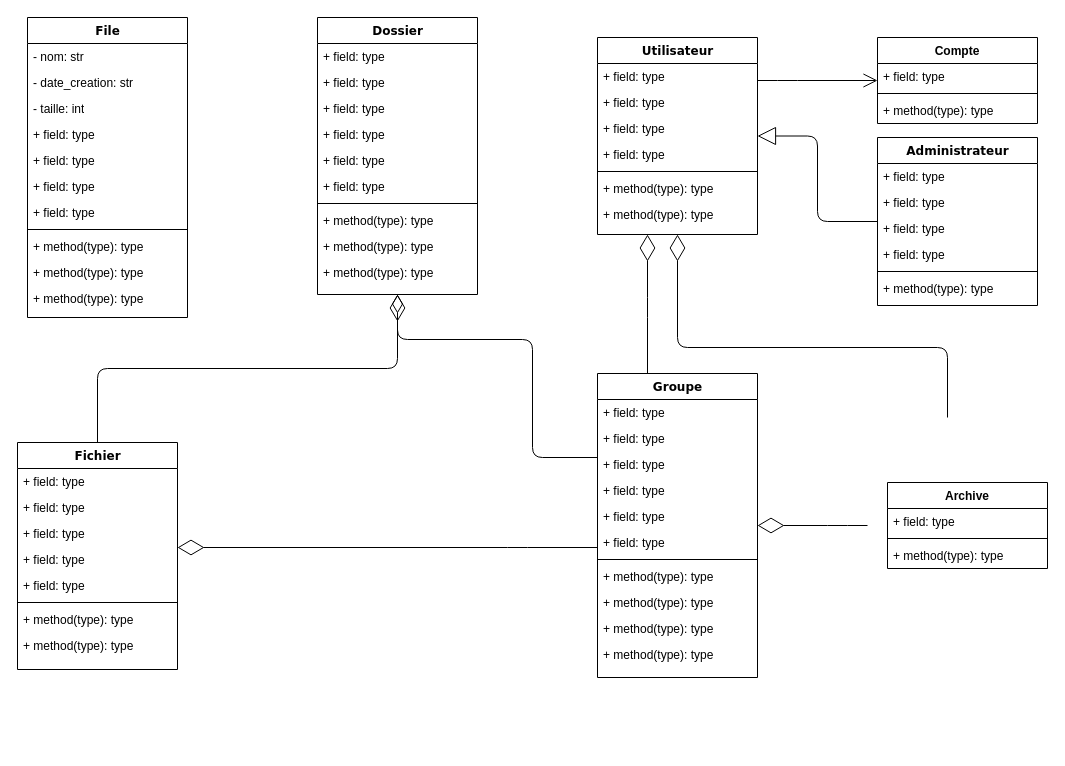
Above: diagrams/Class.drawio in AbdourahamaneIssakaSani/ged (draw.io), before the change. Source tidied: cells renumbered, new cells numbered last; positions are measured from the earlier drawing's top-left corner, leaving out a move shared by most shapes. Both pictures are drawn from the tidied source at 100%, with x=0, y=0 at pixel (17, 17).
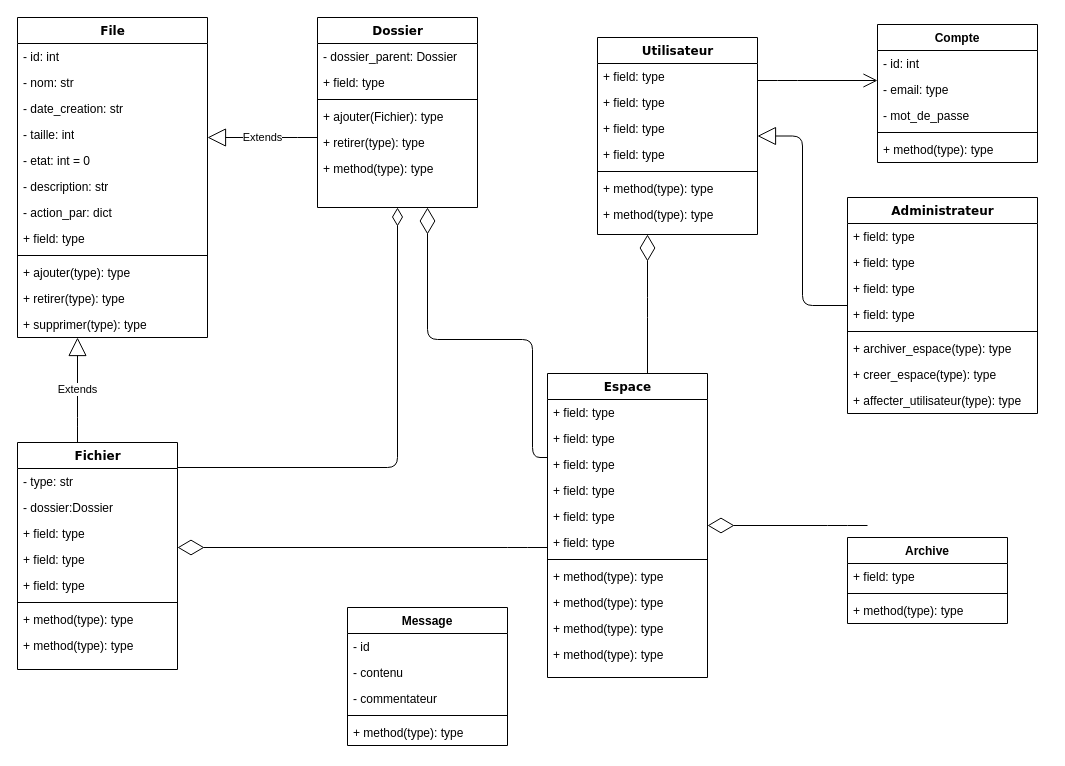
The same diagram, later.

The change refers to these unchanged cells:
```xml
<mxCell id="3" value="Fichier" style="swimlane;html=1;fontStyle=1;align=center;verticalAlign=top;horizontal=1;startSize=26;swimlaneFillColor=#ffffff;rounded=0;shadow=0;comic=0;labelBackgroundColor=none;strokeWidth=1;fillColor=none;fontFamily=Verdana;fontSize=12;" parent="1" vertex="1">
  <mxGeometry y="425" width="160" height="227" as="geometry" />
</mxCell>
<mxCell id="23" value="Utilisateur" style="swimlane;html=1;fontStyle=1;align=center;verticalAlign=top;horizontal=1;startSize=26;swimlaneFillColor=#ffffff;rounded=0;shadow=0;comic=0;labelBackgroundColor=none;strokeWidth=1;fontFamily=Verdana;fontSize=12;" parent="1" vertex="1">
  <mxGeometry x="580" y="20" width="160" height="197" as="geometry" />
</mxCell>
```

Diff of the diagram source:
```diff
@@
     <mxCell id="2" style="endArrow=diamondThin;endFill=0;endSize=24;html=1;edgeStyle=orthogonalEdgeStyle;" parent="1" edge="1" source="31" target="12">
       <mxGeometry relative="1" as="geometry">
         <Array as="points">
           <mxPoint x="515" y="440" />
           <mxPoint x="515" y="322" />
+          <mxPoint x="410" y="322" />
         </Array>
       </mxGeometry>
     </mxCell>
@@
+    <mxCell id="5" value="- type: str" style="text;html=1;strokeColor=none;fillColor=none;align=left;verticalAlign=top;spacingLeft=4;spacingRight=4;whiteSpace=wrap;overflow=hidden;" parent="3" vertex="1">
+      <mxGeometry y="26" width="160" height="26" as="geometry" />
+    </mxCell>
-    <mxCell id="4" value="+ field: type" style="text;html=1;strokeColor=none;fillColor=none;align=left;verticalAlign=top;spacingLeft=4;spacingRight=4;whiteSpace=wrap;overflow=hidden;" parent="3" vertex="1">
-      <mxGeometry y="26" width="160" height="26" as="geometry" />
+    <mxCell id="4" value="- dossier:Dossier" style="text;html=1;strokeColor=none;fillColor=none;align=left;verticalAlign=top;spacingLeft=4;spacingRight=4;whiteSpace=wrap;overflow=hidden;" parent="3" vertex="1">
+      <mxGeometry y="52" width="160" height="26" as="geometry" />
     </mxCell>
-    <mxCell id="5" value="+ field: type" style="text;html=1;strokeColor=none;fillColor=none;align=left;verticalAlign=top;spacingLeft=4;spacingRight=4;whiteSpace=wrap;overflow=hidden;" parent="3" vertex="1">
-      <mxGeometry y="52" width="160" height="26" as="geometry" />
-    </mxCell>
@@
     <mxCell id="12" value="Dossier" style="swimlane;html=1;fontStyle=1;align=center;verticalAlign=top;horizontal=1;startSize=26;swimlaneFillColor=#ffffff;rounded=0;shadow=0;comic=0;labelBackgroundColor=none;strokeWidth=1;fillColor=none;fontFamily=Verdana;fontSize=12;" parent="1" vertex="1">
-      <mxGeometry x="300" width="160" height="277" as="geometry" />
+      <mxGeometry x="300" width="160" height="190" as="geometry" />
     </mxCell>
-    <mxCell id="13" value="+ field: type" style="text;html=1;strokeColor=none;fillColor=none;align=left;verticalAlign=top;spacingLeft=4;spacingRight=4;whiteSpace=wrap;overflow=hidden;" parent="12" vertex="1">
+    <mxCell id="13" value="- dossier_parent: Dossier" style="text;html=1;strokeColor=none;fillColor=none;align=left;verticalAlign=top;spacingLeft=4;spacingRight=4;whiteSpace=wrap;overflow=hidden;" parent="12" vertex="1">
       <mxGeometry y="26" width="160" height="26" as="geometry" />
     </mxCell>
-    <mxCell id="14" value="+ field: type" style="text;html=1;strokeColor=none;fillColor=none;align=left;verticalAlign=top;spacingLeft=4;spacingRight=4;whiteSpace=wrap;overflow=hidden;" parent="12" vertex="1">
-      <mxGeometry y="52" width="160" height="26" as="geometry" />
-    </mxCell>
-    <mxCell id="15" value="+ field: type" style="text;html=1;strokeColor=none;fillColor=none;align=left;verticalAlign=top;spacingLeft=4;spacingRight=4;whiteSpace=wrap;overflow=hidden;" parent="12" vertex="1">
-      <mxGeometry y="78" width="160" height="26" as="geometry" />
-    </mxCell>
-    <mxCell id="16" value="+ field: type" style="text;html=1;strokeColor=none;fillColor=none;align=left;verticalAlign=top;spacingLeft=4;spacingRight=4;whiteSpace=wrap;overflow=hidden;" parent="12" vertex="1">
-      <mxGeometry y="104" width="160" height="26" as="geometry" />
-    </mxCell>
-    <mxCell id="17" value="+ field: type" style="text;html=1;strokeColor=none;fillColor=none;align=left;verticalAlign=top;spacingLeft=4;spacingRight=4;whiteSpace=wrap;overflow=hidden;" parent="12" vertex="1">
-      <mxGeometry y="130" width="160" height="26" as="geometry" />
-    </mxCell>
     <mxCell id="18" value="+ field: type" style="text;html=1;strokeColor=none;fillColor=none;align=left;verticalAlign=top;spacingLeft=4;spacingRight=4;whiteSpace=wrap;overflow=hidden;" parent="12" vertex="1">
-      <mxGeometry y="156" width="160" height="26" as="geometry" />
+      <mxGeometry y="52" width="160" height="26" as="geometry" />
     </mxCell>
     <mxCell id="19" style="line;html=1;strokeWidth=1;fillColor=none;align=left;verticalAlign=middle;spacingTop=-1;spacingLeft=3;spacingRight=3;labelPosition=right;" parent="12" vertex="1">
-      <mxGeometry y="182" width="160" height="8" as="geometry" />
+      <mxGeometry y="78" width="160" height="8" as="geometry" />
     </mxCell>
-    <mxCell id="20" value="+ method(type): type" style="text;html=1;strokeColor=none;fillColor=none;align=left;verticalAlign=top;spacingLeft=4;spacingRight=4;whiteSpace=wrap;overflow=hidden;" parent="12" vertex="1">
-      <mxGeometry y="190" width="160" height="26" as="geometry" />
+    <mxCell id="20" value="+ ajouter(Fichier): type" style="text;html=1;strokeColor=none;fillColor=none;align=left;verticalAlign=top;spacingLeft=4;spacingRight=4;whiteSpace=wrap;overflow=hidden;" parent="12" vertex="1">
+      <mxGeometry y="86" width="160" height="26" as="geometry" />
     </mxCell>
-    <mxCell id="21" value="+ method(type): type" style="text;html=1;strokeColor=none;fillColor=none;align=left;verticalAlign=top;spacingLeft=4;spacingRight=4;whiteSpace=wrap;overflow=hidden;" parent="12" vertex="1">
-      <mxGeometry y="216" width="160" height="26" as="geometry" />
+    <mxCell id="21" value="+ retirer(type): type" style="text;html=1;strokeColor=none;fillColor=none;align=left;verticalAlign=top;spacingLeft=4;spacingRight=4;whiteSpace=wrap;overflow=hidden;" parent="12" vertex="1">
+      <mxGeometry y="112" width="160" height="26" as="geometry" />
     </mxCell>
     <mxCell id="22" value="+ method(type): type" style="text;html=1;strokeColor=none;fillColor=none;align=left;verticalAlign=top;spacingLeft=4;spacingRight=4;whiteSpace=wrap;overflow=hidden;" parent="12" vertex="1">
-      <mxGeometry y="242" width="160" height="26" as="geometry" />
+      <mxGeometry y="138" width="160" height="26" as="geometry" />
     </mxCell>
@@
-    <mxCell id="31" value="Groupe" style="swimlane;html=1;fontStyle=1;align=center;verticalAlign=top;horizontal=1;startSize=26;swimlaneFillColor=#ffffff;rounded=0;shadow=0;comic=0;labelBackgroundColor=none;strokeWidth=1;fillColor=none;fontFamily=Verdana;fontSize=12;" parent="1" vertex="1">
-      <mxGeometry x="580" y="356" width="160" height="304" as="geometry" />
+    <mxCell id="31" value="Espace" style="swimlane;html=1;fontStyle=1;align=center;verticalAlign=top;horizontal=1;startSize=26;swimlaneFillColor=#ffffff;rounded=0;shadow=0;comic=0;labelBackgroundColor=none;strokeWidth=1;fillColor=none;fontFamily=Verdana;fontSize=12;" parent="1" vertex="1">
+      <mxGeometry x="530" y="356" width="160" height="304" as="geometry" />
     </mxCell>
@@
     <mxCell id="44" value="Administrateur" style="swimlane;html=1;fontStyle=1;align=center;verticalAlign=top;horizontal=1;startSize=26;swimlaneFillColor=#ffffff;rounded=0;shadow=0;comic=0;labelBackgroundColor=none;strokeWidth=1;fillColor=none;fontFamily=Verdana;fontSize=12;" parent="1" vertex="1">
-      <mxGeometry x="860" y="120" width="160" height="168" as="geometry" />
+      <mxGeometry x="830" y="180" width="190" height="216" as="geometry" />
     </mxCell>
     <mxCell id="45" value="+ field: type" style="text;html=1;strokeColor=none;fillColor=none;align=left;verticalAlign=top;spacingLeft=4;spacingRight=4;whiteSpace=wrap;overflow=hidden;" parent="44" vertex="1">
-      <mxGeometry y="26" width="160" height="26" as="geometry" />
+      <mxGeometry y="26" width="190" height="26" as="geometry" />
     </mxCell>
     <mxCell id="46" value="+ field: type" style="text;html=1;strokeColor=none;fillColor=none;align=left;verticalAlign=top;spacingLeft=4;spacingRight=4;whiteSpace=wrap;overflow=hidden;" parent="44" vertex="1">
-      <mxGeometry y="52" width="160" height="26" as="geometry" />
+      <mxGeometry y="52" width="190" height="26" as="geometry" />
     </mxCell>
     <mxCell id="47" value="+ field: type" style="text;html=1;strokeColor=none;fillColor=none;align=left;verticalAlign=top;spacingLeft=4;spacingRight=4;whiteSpace=wrap;overflow=hidden;" parent="44" vertex="1">
-      <mxGeometry y="78" width="160" height="26" as="geometry" />
+      <mxGeometry y="78" width="190" height="26" as="geometry" />
     </mxCell>
     <mxCell id="48" value="+ field: type" style="text;html=1;strokeColor=none;fillColor=none;align=left;verticalAlign=top;spacingLeft=4;spacingRight=4;whiteSpace=wrap;overflow=hidden;" parent="44" vertex="1">
-      <mxGeometry y="104" width="160" height="26" as="geometry" />
+      <mxGeometry y="104" width="190" height="26" as="geometry" />
     </mxCell>
     <mxCell id="49" style="line;html=1;strokeWidth=1;fillColor=none;align=left;verticalAlign=middle;spacingTop=-1;spacingLeft=3;spacingRight=3;labelPosition=right;" parent="44" vertex="1">
-      <mxGeometry y="130" width="160" height="8" as="geometry" />
+      <mxGeometry y="130" width="190" height="8" as="geometry" />
     </mxCell>
-    <mxCell id="50" value="+ method(type): type" style="text;html=1;strokeColor=none;fillColor=none;align=left;verticalAlign=top;spacingLeft=4;spacingRight=4;whiteSpace=wrap;overflow=hidden;" parent="44" vertex="1">
-      <mxGeometry y="138" width="160" height="26" as="geometry" />
+    <mxCell id="50" value="+ archiver_espace(type): type" style="text;html=1;strokeColor=none;fillColor=none;align=left;verticalAlign=top;spacingLeft=4;spacingRight=4;whiteSpace=wrap;overflow=hidden;" parent="44" vertex="1">
+      <mxGeometry y="138" width="190" height="26" as="geometry" />
     </mxCell>
+    <mxCell id="77" value="+ creer_espace(type): type" style="text;html=1;strokeColor=none;fillColor=none;align=left;verticalAlign=top;spacingLeft=4;spacingRight=4;whiteSpace=wrap;overflow=hidden;" parent="44" vertex="1">
+      <mxGeometry y="164" width="190" height="26" as="geometry" />
+    </mxCell>
+    <mxCell id="78" value="+ affecter_utilisateur(type): type" style="text;html=1;strokeColor=none;fillColor=none;align=left;verticalAlign=top;spacingLeft=4;spacingRight=4;whiteSpace=wrap;overflow=hidden;" parent="44" vertex="1">
+      <mxGeometry y="190" width="190" height="26" as="geometry" />
+    </mxCell>
-    <mxCell id="51" style="edgeStyle=elbowEdgeStyle;html=1;labelBackgroundColor=none;startFill=0;startSize=8;endArrow=diamondThin;endFill=0;endSize=16;fontFamily=Verdana;fontSize=12;elbow=vertical;" parent="1" edge="1" source="3" target="12">
-      <mxGeometry relative="1" as="geometry" />
+    <mxCell id="51" style="edgeStyle=orthogonalEdgeStyle;html=1;labelBackgroundColor=none;startFill=0;startSize=8;endArrow=diamondThin;endFill=0;endSize=16;fontFamily=Verdana;fontSize=12;elbow=vertical;" parent="1" edge="1" source="3" target="12">
+      <mxGeometry relative="1" as="geometry">
+        <Array as="points">
+          <mxPoint x="380" y="450" />
+        </Array>
+      </mxGeometry>
     </mxCell>
     <mxCell id="52" value="Compte" style="swimlane;fontStyle=1;align=center;verticalAlign=top;horizontal=1;startSize=26;" parent="1" vertex="1">
-      <mxGeometry x="860" y="20" width="160" height="86" as="geometry" />
+      <mxGeometry x="860" y="7" width="160" height="138" as="geometry" />
     </mxCell>
-    <mxCell id="53" value="+ field: type" style="text;strokeColor=none;fillColor=none;align=left;verticalAlign=top;spacingLeft=4;spacingRight=4;overflow=hidden;" parent="52" vertex="1">
+    <mxCell id="53" value="- id: int" style="text;strokeColor=none;fillColor=none;align=left;verticalAlign=top;spacingLeft=4;spacingRight=4;overflow=hidden;" parent="52" vertex="1">
       <mxGeometry y="26" width="160" height="26" as="geometry" />
     </mxCell>
+    <mxCell id="79" value="- email: type" style="text;strokeColor=none;fillColor=none;align=left;verticalAlign=top;spacingLeft=4;spacingRight=4;overflow=hidden;" parent="52" vertex="1">
+      <mxGeometry y="52" width="160" height="26" as="geometry" />
+    </mxCell>
+    <mxCell id="80" value="- mot_de_passe" style="text;strokeColor=none;fillColor=none;align=left;verticalAlign=top;spacingLeft=4;spacingRight=4;overflow=hidden;" parent="52" vertex="1">
+      <mxGeometry y="78" width="160" height="26" as="geometry" />
+    </mxCell>
     <mxCell id="54" style="line;strokeWidth=1;fillColor=none;align=left;verticalAlign=middle;spacingTop=-1;spacingLeft=3;spacingRight=3;labelPosition=right;" parent="52" vertex="1">
-      <mxGeometry y="52" width="160" height="8" as="geometry" />
+      <mxGeometry y="104" width="160" height="8" as="geometry" />
     </mxCell>
     <mxCell id="55" value="+ method(type): type" style="text;strokeColor=none;fillColor=none;align=left;verticalAlign=top;spacingLeft=4;spacingRight=4;overflow=hidden;" parent="52" vertex="1">
-      <mxGeometry y="60" width="160" height="26" as="geometry" />
+      <mxGeometry y="112" width="160" height="26" as="geometry" />
     </mxCell>
-    <mxCell id="56" style="endArrow=diamondThin;endFill=0;endSize=24;html=1;edgeStyle=elbowEdgeStyle;elbow=vertical;" parent="1" edge="1" target="23">
-      <mxGeometry relative="1" as="geometry">
-        <mxPoint x="930" y="400" as="sourcePoint" />
-        <Array as="points">
-          <mxPoint x="790" y="330" />
-          <mxPoint x="860" y="340" />
-        </Array>
-      </mxGeometry>
-    </mxCell>
@@
     <mxCell id="60" value="Archive" style="swimlane;fontStyle=1;align=center;verticalAlign=top;horizontal=1;startSize=26;" parent="1" vertex="1">
-      <mxGeometry x="870" y="465" width="160" height="86" as="geometry" />
+      <mxGeometry x="830" y="520" width="160" height="86" as="geometry" />
     </mxCell>
@@
     <mxCell id="65" value="File" style="swimlane;html=1;fontStyle=1;align=center;verticalAlign=top;horizontal=1;startSize=26;swimlaneFillColor=#ffffff;rounded=0;shadow=0;comic=0;labelBackgroundColor=none;strokeWidth=1;fillColor=none;fontFamily=Verdana;fontSize=12;" parent="1" vertex="1">
-      <mxGeometry x="10" width="160" height="300" as="geometry" />
+      <mxGeometry width="190" height="320" as="geometry" />
     </mxCell>
+    <mxCell id="81" value="- id: int" style="text;html=1;strokeColor=none;fillColor=none;align=left;verticalAlign=top;spacingLeft=4;spacingRight=4;whiteSpace=wrap;overflow=hidden;" parent="65" vertex="1">
+      <mxGeometry y="26" width="190" height="26" as="geometry" />
+    </mxCell>
     <mxCell id="66" value="- nom: str" style="text;html=1;strokeColor=none;fillColor=none;align=left;verticalAlign=top;spacingLeft=4;spacingRight=4;whiteSpace=wrap;overflow=hidden;" parent="65" vertex="1">
-      <mxGeometry y="26" width="160" height="26" as="geometry" />
+      <mxGeometry y="52" width="190" height="26" as="geometry" />
     </mxCell>
     <mxCell id="67" value="- date_creation: str" style="text;html=1;strokeColor=none;fillColor=none;align=left;verticalAlign=top;spacingLeft=4;spacingRight=4;whiteSpace=wrap;overflow=hidden;" parent="65" vertex="1">
-      <mxGeometry y="52" width="160" height="26" as="geometry" />
+      <mxGeometry y="78" width="190" height="26" as="geometry" />
     </mxCell>
     <mxCell id="68" value="- taille: int" style="text;html=1;strokeColor=none;fillColor=none;align=left;verticalAlign=top;spacingLeft=4;spacingRight=4;whiteSpace=wrap;overflow=hidden;" parent="65" vertex="1">
-      <mxGeometry y="78" width="160" height="26" as="geometry" />
+      <mxGeometry y="104" width="190" height="26" as="geometry" />
     </mxCell>
-    <mxCell id="69" value="+ field: type" style="text;html=1;strokeColor=none;fillColor=none;align=left;verticalAlign=top;spacingLeft=4;spacingRight=4;whiteSpace=wrap;overflow=hidden;" parent="65" vertex="1">
-      <mxGeometry y="104" width="160" height="26" as="geometry" />
+    <mxCell id="69" value="- etat: int = 0" style="text;html=1;strokeColor=none;fillColor=none;align=left;verticalAlign=top;spacingLeft=4;spacingRight=4;whiteSpace=wrap;overflow=hidden;" parent="65" vertex="1">
+      <mxGeometry y="130" width="190" height="26" as="geometry" />
     </mxCell>
+    <mxCell id="71" value="- description: str" style="text;html=1;strokeColor=none;fillColor=none;align=left;verticalAlign=top;spacingLeft=4;spacingRight=4;whiteSpace=wrap;overflow=hidden;" parent="65" vertex="1">
+      <mxGeometry y="156" width="190" height="26" as="geometry" />
+    </mxCell>
-    <mxCell id="70" value="+ field: type" style="text;html=1;strokeColor=none;fillColor=none;align=left;verticalAlign=top;spacingLeft=4;spacingRight=4;whiteSpace=wrap;overflow=hidden;" parent="65" vertex="1">
-      <mxGeometry y="130" width="160" height="26" as="geometry" />
+    <mxCell id="70" value="- action_par: dict" style="text;html=1;strokeColor=none;fillColor=none;align=left;verticalAlign=top;spacingLeft=4;spacingRight=4;whiteSpace=wrap;overflow=hidden;" parent="65" vertex="1">
+      <mxGeometry y="182" width="190" height="26" as="geometry" />
     </mxCell>
-    <mxCell id="71" value="+ field: type" style="text;html=1;strokeColor=none;fillColor=none;align=left;verticalAlign=top;spacingLeft=4;spacingRight=4;whiteSpace=wrap;overflow=hidden;" parent="65" vertex="1">
-      <mxGeometry y="156" width="160" height="26" as="geometry" />
-    </mxCell>
     <mxCell id="72" value="+ field: type" style="text;html=1;strokeColor=none;fillColor=none;align=left;verticalAlign=top;spacingLeft=4;spacingRight=4;whiteSpace=wrap;overflow=hidden;" parent="65" vertex="1">
-      <mxGeometry y="182" width="160" height="26" as="geometry" />
+      <mxGeometry y="208" width="190" height="26" as="geometry" />
     </mxCell>
     <mxCell id="73" style="line;html=1;strokeWidth=1;fillColor=none;align=left;verticalAlign=middle;spacingTop=-1;spacingLeft=3;spacingRight=3;labelPosition=right;" parent="65" vertex="1">
-      <mxGeometry y="208" width="160" height="8" as="geometry" />
+      <mxGeometry y="234" width="190" height="8" as="geometry" />
     </mxCell>
-    <mxCell id="74" value="+ method(type): type" style="text;html=1;strokeColor=none;fillColor=none;align=left;verticalAlign=top;spacingLeft=4;spacingRight=4;whiteSpace=wrap;overflow=hidden;" parent="65" vertex="1">
-      <mxGeometry y="216" width="160" height="26" as="geometry" />
+    <mxCell id="74" value="+ ajouter(type): type" style="text;html=1;strokeColor=none;fillColor=none;align=left;verticalAlign=top;spacingLeft=4;spacingRight=4;whiteSpace=wrap;overflow=hidden;" parent="65" vertex="1">
+      <mxGeometry y="242" width="190" height="26" as="geometry" />
     </mxCell>
-    <mxCell id="75" value="+ method(type): type" style="text;html=1;strokeColor=none;fillColor=none;align=left;verticalAlign=top;spacingLeft=4;spacingRight=4;whiteSpace=wrap;overflow=hidden;" parent="65" vertex="1">
-      <mxGeometry y="242" width="160" height="26" as="geometry" />
+    <mxCell id="75" value="+ retirer(type): type" style="text;html=1;strokeColor=none;fillColor=none;align=left;verticalAlign=top;spacingLeft=4;spacingRight=4;whiteSpace=wrap;overflow=hidden;" parent="65" vertex="1">
+      <mxGeometry y="268" width="190" height="26" as="geometry" />
     </mxCell>
-    <mxCell id="76" value="+ method(type): type" style="text;html=1;strokeColor=none;fillColor=none;align=left;verticalAlign=top;spacingLeft=4;spacingRight=4;whiteSpace=wrap;overflow=hidden;" parent="65" vertex="1">
-      <mxGeometry y="268" width="160" height="26" as="geometry" />
+    <mxCell id="76" value="+ supprimer(type): type" style="text;html=1;strokeColor=none;fillColor=none;align=left;verticalAlign=top;spacingLeft=4;spacingRight=4;whiteSpace=wrap;overflow=hidden;" parent="65" vertex="1">
+      <mxGeometry y="294" width="190" height="26" as="geometry" />
     </mxCell>
+    <mxCell id="82" value="Extends" style="endArrow=block;endSize=16;endFill=0;html=1;edgeStyle=orthogonalEdgeStyle;" parent="1" edge="1" source="12" target="65">
+      <mxGeometry relative="1" as="geometry">
+        <Array as="points">
+          <mxPoint x="270" y="120" />
+          <mxPoint x="270" y="120" />
+        </Array>
+      </mxGeometry>
+    </mxCell>
+    <mxCell id="83" value="Extends" style="endArrow=block;endSize=16;endFill=0;html=1;edgeStyle=orthogonalEdgeStyle;" parent="1" edge="1" source="3" target="65">
+      <mxGeometry relative="1" as="geometry">
+        <Array as="points">
+          <mxPoint x="60" y="410" />
+          <mxPoint x="60" y="410" />
+        </Array>
+      </mxGeometry>
+    </mxCell>
+    <mxCell id="84" value="Message" style="swimlane;fontStyle=1;align=center;verticalAlign=top;horizontal=1;startSize=26;" parent="1" vertex="1">
+      <mxGeometry x="330" y="590" width="160" height="138" as="geometry" />
+    </mxCell>
+    <mxCell id="85" value="- id" style="text;strokeColor=none;fillColor=none;align=left;verticalAlign=top;spacingLeft=4;spacingRight=4;overflow=hidden;" parent="84" vertex="1">
+      <mxGeometry y="26" width="160" height="26" as="geometry" />
+    </mxCell>
+    <mxCell id="86" value="- contenu" style="text;strokeColor=none;fillColor=none;align=left;verticalAlign=top;spacingLeft=4;spacingRight=4;overflow=hidden;" parent="84" vertex="1">
+      <mxGeometry y="52" width="160" height="26" as="geometry" />
+    </mxCell>
+    <mxCell id="87" value="- commentateur" style="text;strokeColor=none;fillColor=none;align=left;verticalAlign=top;spacingLeft=4;spacingRight=4;overflow=hidden;" parent="84" vertex="1">
+      <mxGeometry y="78" width="160" height="26" as="geometry" />
+    </mxCell>
+    <mxCell id="88" style="line;strokeWidth=1;fillColor=none;align=left;verticalAlign=middle;spacingTop=-1;spacingLeft=3;spacingRight=3;labelPosition=right;" parent="84" vertex="1">
+      <mxGeometry y="104" width="160" height="8" as="geometry" />
+    </mxCell>
+    <mxCell id="89" value="+ method(type): type" style="text;strokeColor=none;fillColor=none;align=left;verticalAlign=top;spacingLeft=4;spacingRight=4;overflow=hidden;" parent="84" vertex="1">
+      <mxGeometry y="112" width="160" height="26" as="geometry" />
+    </mxCell>
```
